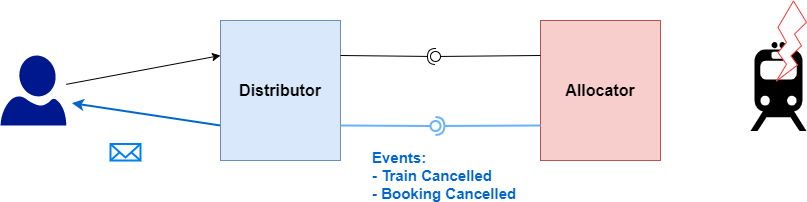
Above: images/synchronization-management/synchronization-management.png in UnionInternationalCheminsdeFer/OSDM (draw.io), before the change. Source tidied: cells renumbered, new cells last; positions are measured from the earlier drawing's top-left corner, leaving out a move shared by most shapes.
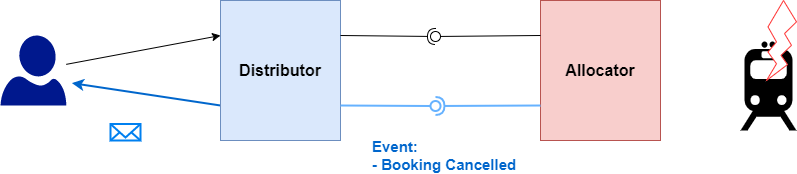
After the change.

Commit message:
removed trip's events

The edit, as a diff of the source:
```diff
@@ -12,10 +12,10 @@
       <mxGeometry x="220" y="20" width="120" height="140" as="geometry" />
     </mxCell>
     <mxCell id="5" style="shape=mxgraph.signs.transportation.train_2;html=1;fillColor=#000000;strokeColor=none;verticalLabelPosition=bottom;verticalAlign=top;align=center;" parent="1" vertex="1">
-      <mxGeometry x="750" y="41.5" width="56" height="89" as="geometry" />
+      <mxGeometry x="740" y="61" width="56" height="89" as="geometry" />
     </mxCell>
     <mxCell id="6" style="verticalLabelPosition=bottom;verticalAlign=top;html=1;shape=mxgraph.basic.flash;strokeColor=#FF3333;" parent="1" vertex="1">
-      <mxGeometry x="776" y="0.5" width="30" height="80" as="geometry" />
+      <mxGeometry x="766" y="20" width="30" height="80" as="geometry" />
     </mxCell>
     <mxCell id="7" style="rounded=0;jettySize=auto;html=1;endArrow=none;endFill=0;sketch=0;sourcePerimeterSpacing=0;targetPerimeterSpacing=0;exitX=1;exitY=0.75;exitDx=0;exitDy=0;strokeColor=#66B2FF;strokeWidth=2;" parent="1" edge="1" source="4" target="9">
       <mxGeometry relative="1" as="geometry" />
@@ -26,7 +26,7 @@
     <mxCell id="9" style="ellipse;whiteSpace=wrap;html=1;align=center;points=[];outlineConnect=0;sketch=0;strokeColor=#66B2FF;strokeWidth=2;" parent="1" vertex="1">
       <mxGeometry x="430" y="120.5" width="10" height="10" as="geometry" />
     </mxCell>
-    <mxCell id="10" value="&lt;b style=&quot;font-size: 15px&quot;&gt;&lt;font color=&quot;#0066cc&quot; style=&quot;font-size: 15px&quot;&gt;Events: &lt;br style=&quot;font-size: 15px&quot;&gt;- Train Cancelled&lt;br style=&quot;font-size: 15px&quot;&gt;- Booking Cancelled&lt;/font&gt;&lt;/b&gt;" style="rounded=0;whiteSpace=wrap;html=1;strokeColor=none;align=left;fontSize=15;" parent="1" vertex="1">
+    <mxCell id="10" value="&lt;b style=&quot;font-size: 15px&quot;&gt;&lt;font color=&quot;#0066cc&quot; style=&quot;font-size: 15px&quot;&gt;Event:&lt;br style=&quot;font-size: 15px&quot;&gt;- Booking Cancelled&lt;/font&gt;&lt;/b&gt;" style="rounded=0;whiteSpace=wrap;html=1;strokeColor=none;align=left;fontSize=15;fillColor=none;" parent="1" vertex="1">
       <mxGeometry x="370" y="160" width="150" height="30" as="geometry" />
     </mxCell>
     <mxCell id="11" style="html=1;verticalLabelPosition=bottom;align=center;labelBackgroundColor=#ffffff;verticalAlign=top;strokeWidth=2;strokeColor=#0080F0;shadow=0;dashed=0;shape=mxgraph.ios7.icons.mail;" parent="1" vertex="1">
```
